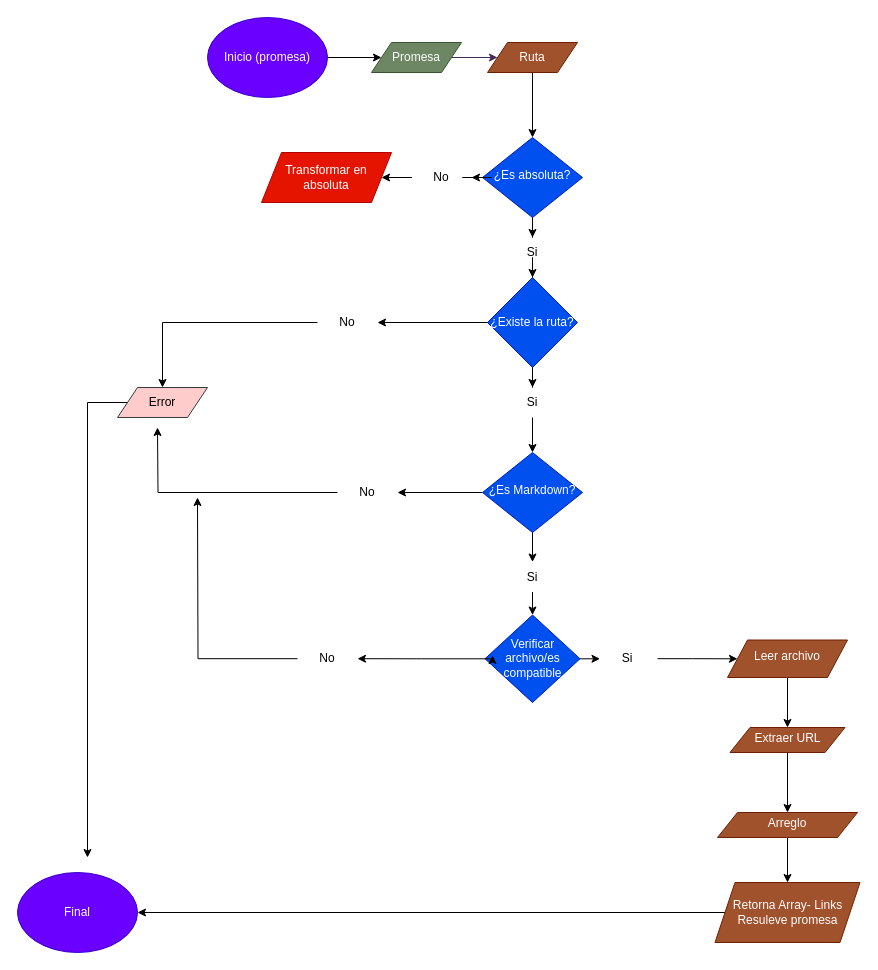
Above: Diagrama sin título.drawio in LorenaBarr/DEV010-md-links (draw.io), before the change. Source tidied: cells renumbered, new cells numbered last; positions are measured from the earlier drawing's top-left corner, leaving out a move shared by most shapes. Both pictures are drawn from the tidied source at 100%, with x=0, y=0 at pixel (17, 17).
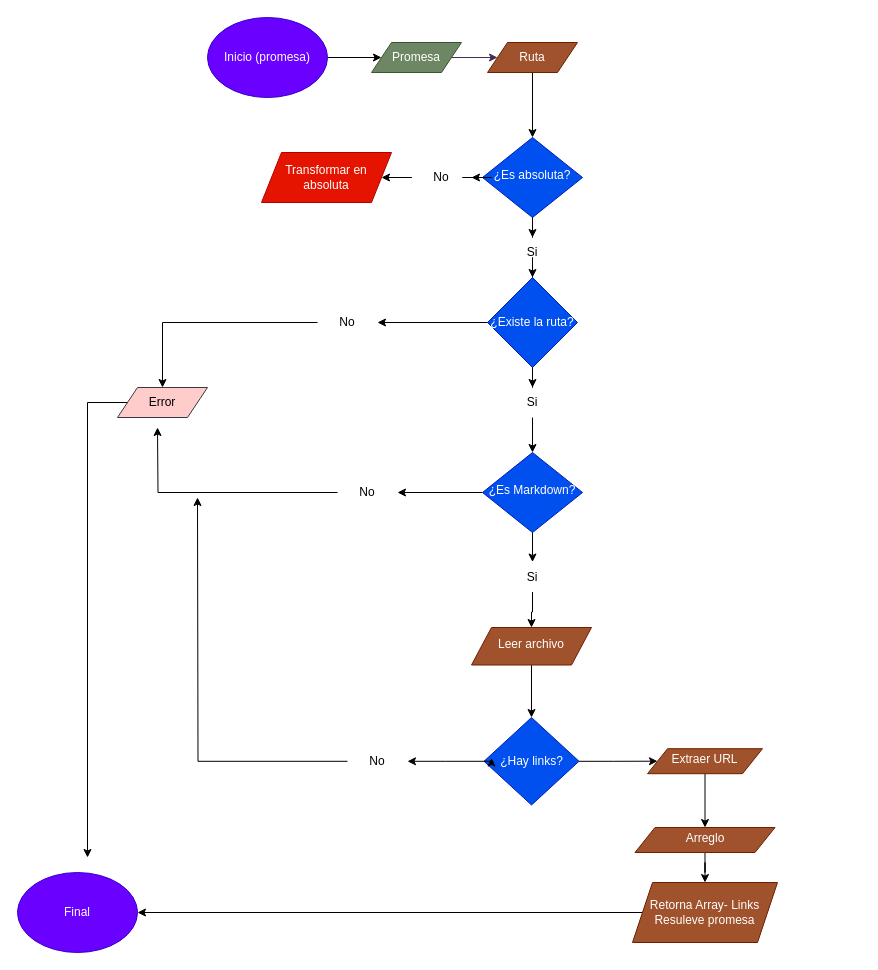
The same page after the edit.

The change refers to these unchanged cells:
```xml
<mxCell id="44" value="Si" style="text;html=1;strokeColor=none;fillColor=none;align=center;verticalAlign=middle;whiteSpace=wrap;rounded=0;" parent="1" vertex="1">
  <mxGeometry x="485" y="544.5" width="60" height="30" as="geometry" />
</mxCell>
```

Diff of the diagram source:
```diff
@@
-    <mxCell id="6" style="edgeStyle=orthogonalEdgeStyle;rounded=0;jettySize=auto;html=1;" parent="1" edge="1" source="44" target="35">
-      <mxGeometry relative="1" as="geometry" />
-    </mxCell>
@@
     <mxCell id="9" value="Retorna Array- Links&lt;br&gt;Resuleve promesa" style="shape=parallelogram;perimeter=parallelogramPerimeter;whiteSpace=wrap;html=1;fixedSize=1;fillColor=#a0522d;fontColor=#ffffff;strokeColor=#6D1F00;" parent="1" vertex="1">
-      <mxGeometry x="697.5" y="865" width="145" height="60" as="geometry" />
+      <mxGeometry x="615" y="865" width="145" height="60" as="geometry" />
     </mxCell>
@@
     <mxCell id="20" value="Extraer URL" style="shape=parallelogram;perimeter=parallelogramPerimeter;whiteSpace=wrap;html=1;fixedSize=1;shadow=0;strokeWidth=1;spacing=6;spacingTop=-4;rounded=0;fillColor=#a0522d;fontColor=#ffffff;strokeColor=#6D1F00;" parent="1" vertex="1">
-      <mxGeometry x="712.5" y="710" width="115" height="25" as="geometry" />
+      <mxGeometry x="630" y="731.2" width="115" height="25" as="geometry" />
     </mxCell>
@@
     <mxCell id="25" value="Arreglo" style="shape=parallelogram;perimeter=parallelogramPerimeter;whiteSpace=wrap;html=1;fixedSize=1;shadow=0;strokeWidth=1;spacing=6;spacingTop=-4;rounded=0;fillColor=#a0522d;fontColor=#ffffff;strokeColor=#6D1F00;" parent="1" vertex="1">
-      <mxGeometry x="700" y="795" width="140" height="25" as="geometry" />
+      <mxGeometry x="617.5" y="810" width="140" height="25" as="geometry" />
     </mxCell>
-    <mxCell id="26" style="edgeStyle=orthogonalEdgeStyle;rounded=0;jettySize=auto;html=1;" parent="1" edge="1" source="27" target="20">
-      <mxGeometry relative="1" as="geometry" />
-    </mxCell>
+    <mxCell id="49" style="edgeStyle=orthogonalEdgeStyle;rounded=0;jettySize=auto;html=1;" parent="1" edge="1" source="27" target="35">
+      <mxGeometry relative="1" as="geometry" />
+    </mxCell>
     <mxCell id="27" value="Leer archivo" style="shape=parallelogram;perimeter=parallelogramPerimeter;whiteSpace=wrap;html=1;fixedSize=1;shadow=0;strokeWidth=1;spacing=6;spacingTop=-4;rounded=0;fillColor=#a0522d;fontColor=#ffffff;strokeColor=#6D1F00;" parent="1" vertex="1">
-      <mxGeometry x="710" y="622.5" width="120" height="37.5" as="geometry" />
+      <mxGeometry x="454" y="610" width="120" height="37.5" as="geometry" />
     </mxCell>
@@
-    <mxCell id="33" style="edgeStyle=orthogonalEdgeStyle;rounded=0;jettySize=auto;html=1;" parent="1" edge="1" source="48" target="27">
-      <mxGeometry relative="1" as="geometry" />
-    </mxCell>
@@
+    <mxCell id="50" style="edgeStyle=orthogonalEdgeStyle;rounded=0;jettySize=auto;html=1;" parent="1" edge="1" source="35" target="20">
+      <mxGeometry relative="1" as="geometry" />
+    </mxCell>
+    <mxCell id="45" style="edgeStyle=orthogonalEdgeStyle;rounded=0;jettySize=auto;html=1;" parent="1" edge="1" source="35" target="46">
+      <mxGeometry relative="1" as="geometry" />
+    </mxCell>
-    <mxCell id="35" value="Verificar archivo/es compatible" style="rhombus;whiteSpace=wrap;html=1;fillColor=#0050ef;fontColor=#ffffff;strokeColor=#001DBC;" parent="1" vertex="1">
-      <mxGeometry x="467.5" y="597.5" width="95" height="87.5" as="geometry" />
+    <mxCell id="35" value="¿Hay links?" style="rhombus;whiteSpace=wrap;html=1;fillColor=#0050ef;fontColor=#ffffff;strokeColor=#001DBC;" parent="1" vertex="1">
+      <mxGeometry x="466.5" y="700" width="95" height="87.5" as="geometry" />
     </mxCell>
@@
+    <mxCell id="51" style="edgeStyle=orthogonalEdgeStyle;rounded=0;jettySize=auto;html=1;" parent="1" edge="1" source="44" target="27">
+      <mxGeometry relative="1" as="geometry" />
+    </mxCell>
@@
-    <mxCell id="45" style="edgeStyle=orthogonalEdgeStyle;rounded=0;jettySize=auto;html=1;" parent="1" edge="1" source="35" target="46">
-      <mxGeometry relative="1" as="geometry" />
-    </mxCell>
     <mxCell id="46" value="No" style="text;html=1;strokeColor=none;fillColor=none;align=center;verticalAlign=middle;whiteSpace=wrap;rounded=0;" parent="1" vertex="1">
-      <mxGeometry x="280" y="626.2" width="60" height="30" as="geometry" />
+      <mxGeometry x="330" y="728.8" width="60" height="30" as="geometry" />
     </mxCell>
-    <mxCell id="47" style="edgeStyle=orthogonalEdgeStyle;rounded=0;jettySize=auto;html=1;" parent="1" edge="1" source="35" target="48">
-      <mxGeometry relative="1" as="geometry" />
-    </mxCell>
-    <mxCell id="48" value="Si" style="text;html=1;strokeColor=none;fillColor=none;align=center;verticalAlign=middle;whiteSpace=wrap;rounded=0;" parent="1" vertex="1">
-      <mxGeometry x="580" y="626.2" width="60" height="30" as="geometry" />
-    </mxCell>
```
